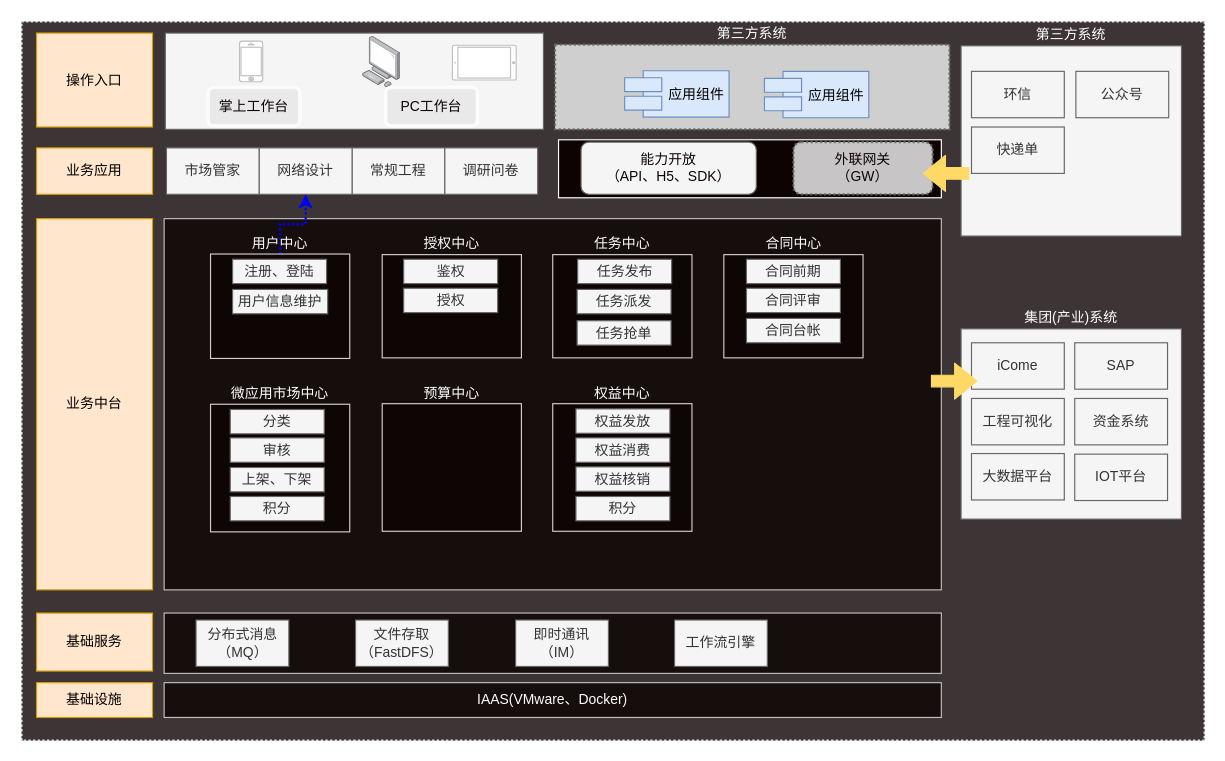
Earlier version of the draw.io diagram page "股份业务中台架构图" (3 of 26) of MQ服务.drawio (chinadragonsjz/project). Source tidied: cells renumbered, new cells numbered last; positions are measured from the earlier drawing's top-left corner, leaving out a move shared by most shapes. Both pictures are drawn from the tidied source at 116%, with x=0, y=0 at pixel (21, 21).
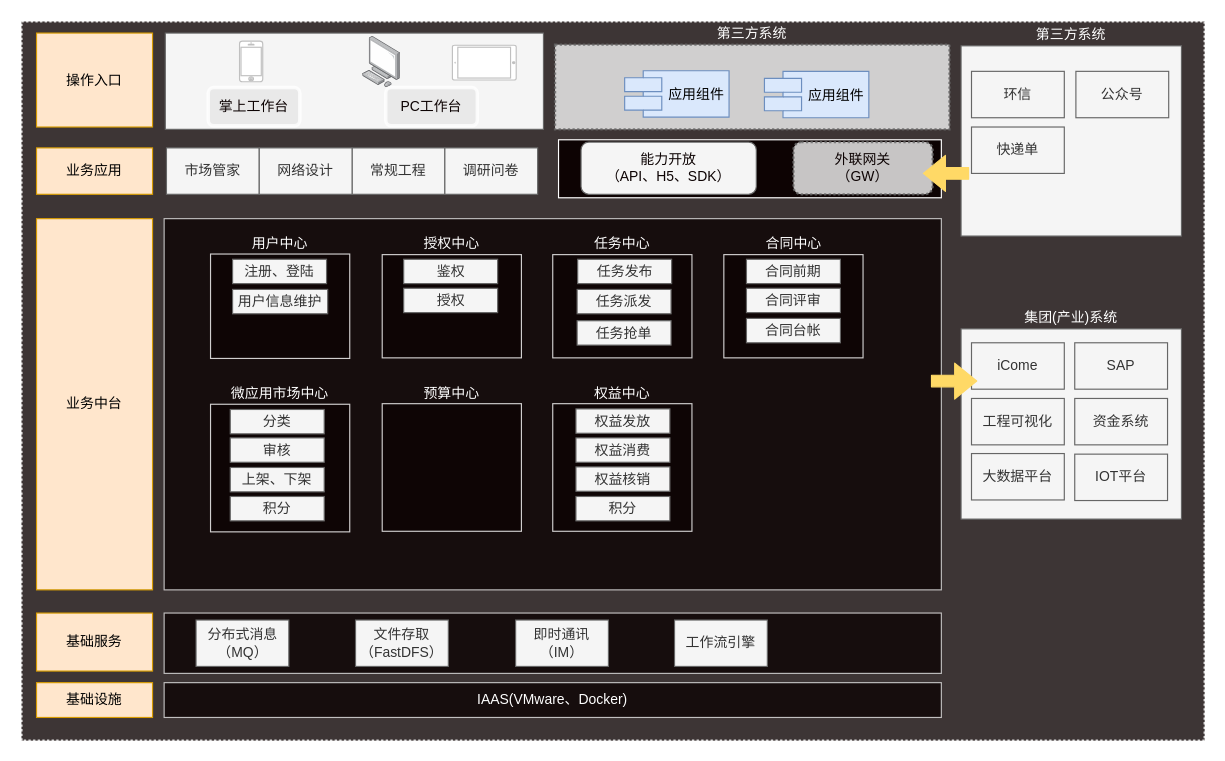
After the change.

The change refers to these unchanged cells:
```xml
<mxCell id="26" value="网络设计" style="rounded=0;whiteSpace=wrap;html=1;strokeColor=#666666;strokeWidth=1;fillColor=#f5f5f5;fontColor=#333333;align=center;" parent="1" vertex="1">
  <mxGeometry x="205" y="109" width="80" height="40" as="geometry" />
</mxCell>
<mxCell id="30" value="&lt;font color=&quot;#ffffff&quot;&gt;用户中心&lt;/font&gt;" style="rounded=0;whiteSpace=wrap;html=1;strokeColor=#FFFFFF;strokeWidth=1;fillColor=#0D0303;fontColor=#0D0303;opacity=80;align=center;labelPosition=center;verticalLabelPosition=top;verticalAlign=bottom;" parent="1" vertex="1">
  <mxGeometry x="163" y="200.5" width="120" height="90" as="geometry" />
</mxCell>
```

Change to the diagram source:
```diff
@@
-    <mxCell id="29" style="edgeStyle=orthogonalEdgeStyle;rounded=0;jettySize=auto;html=1;dashed=1;dashPattern=1 1;strokeColor=#0000FF;strokeWidth=2;" parent="1" edge="1" source="30" target="26">
-      <mxGeometry relative="1" as="geometry" />
-    </mxCell>
```
